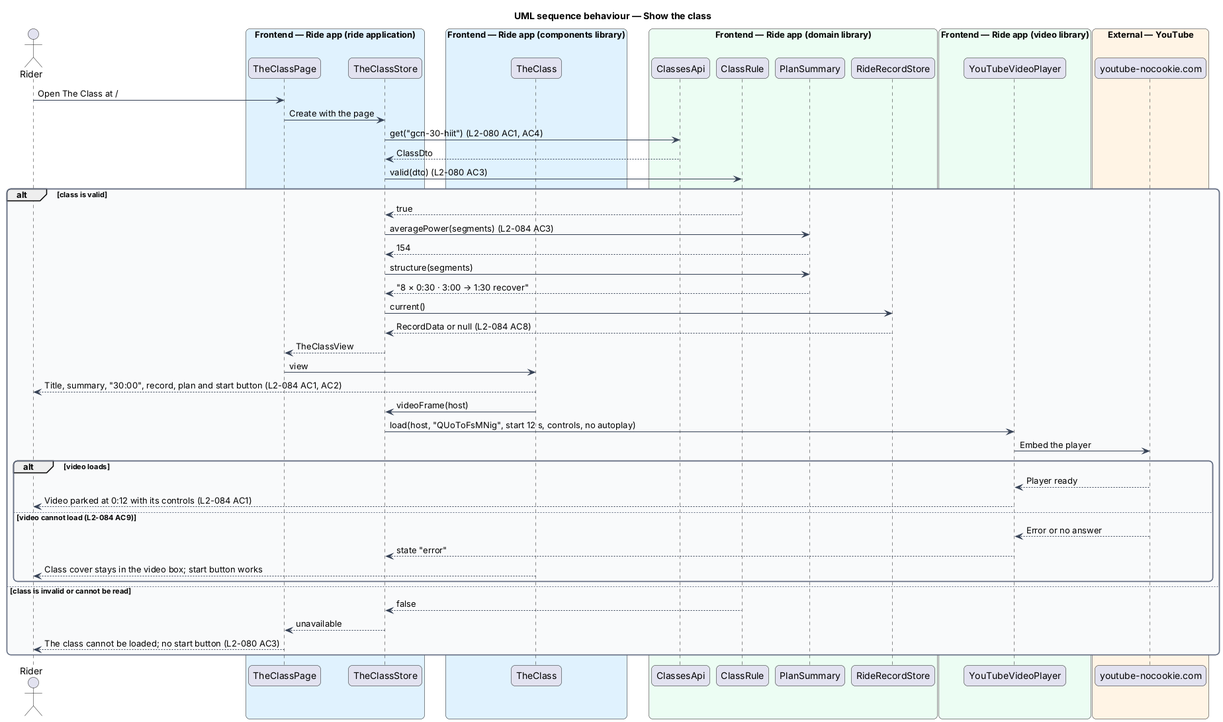
The PlantUML diagram docs/detailed-designs/the-class/show-the-class/diagrams/sequence-show-the-class.png in QuinntyneBrown/ride-one, before a commit.
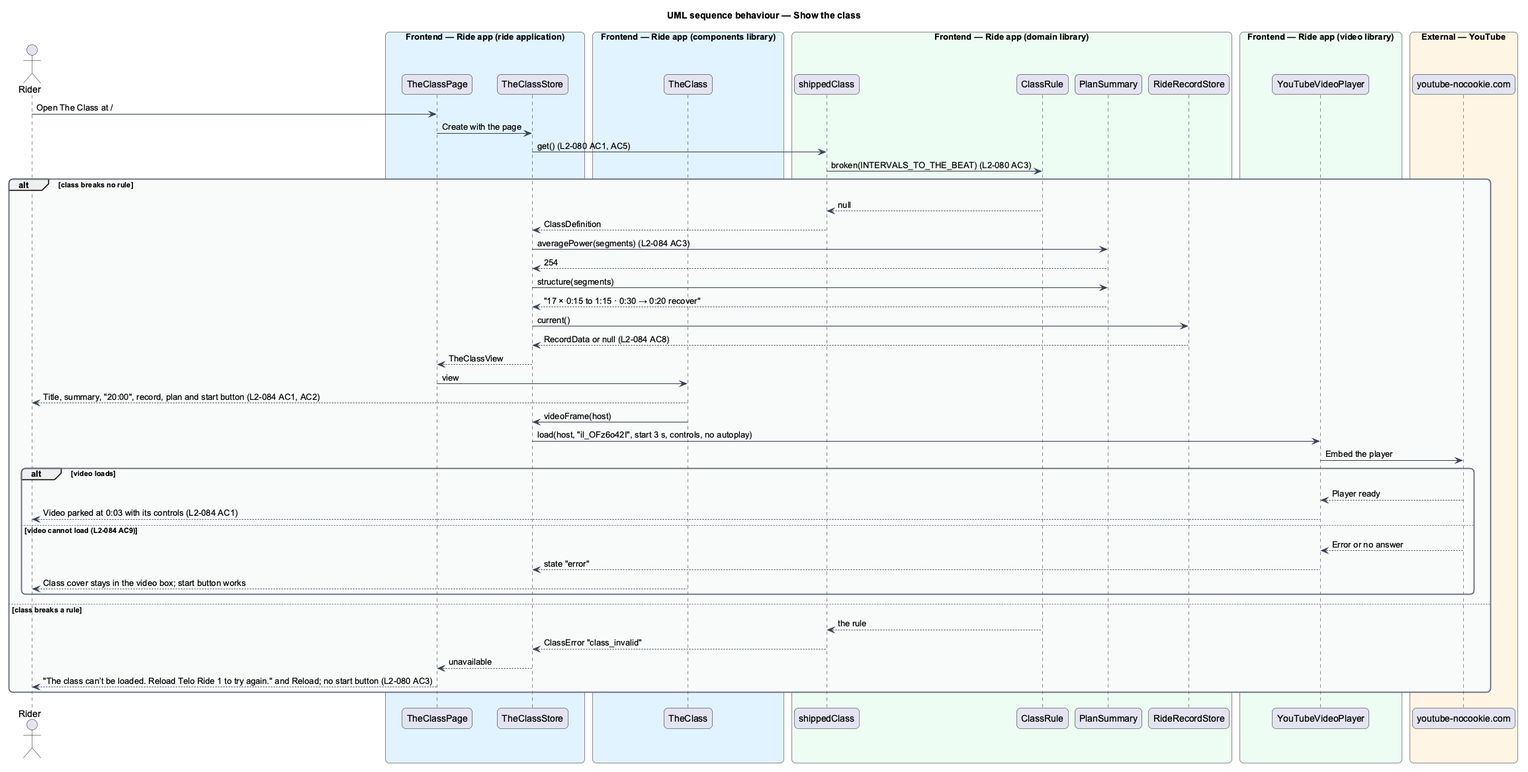
The same diagram one commit later.

Change to the diagram source:
```diff
@@ -23,7 +23,7 @@
   participant "TheClass" as block
 end box
 box "Frontend — Ride app (domain library)" #ECFDF3
-  participant "ClassesApi" as classes
+  participant "shippedClass" as classes
   participant "ClassRule" as rule
   participant "PlanSummary" as summary
   participant "RideRecordStore" as record
@@ -36,34 +36,35 @@
 end box
 rider -> page : Open The Class at /
 page -> store : Create with the page
-store -> classes : get("gcn-30-hiit") (L2-080 AC1, AC4)
-classes --> store : ClassDto
-store -> rule : valid(dto) (L2-080 AC3)
-alt class is valid
-  rule --> store : true
+store -> classes : get() (L2-080 AC1, AC5)
+classes -> rule : broken(INTERVALS_TO_THE_BEAT) (L2-080 AC3)
+alt class breaks no rule
+  rule --> classes : null
+  classes --> store : ClassDefinition
   store -> summary : averagePower(segments) (L2-084 AC3)
-  summary --> store : 154
+  summary --> store : 254
   store -> summary : structure(segments)
-  summary --> store : "8 × 0:30 · 3:00 → 1:30 recover"
+  summary --> store : "17 × 0:15 to 1:15 · 0:30 → 0:20 recover"
   store -> record : current()
   record --> store : RecordData or null (L2-084 AC8)
   store --> page : TheClassView
   page -> block : view
-  block --> rider : Title, summary, "30:00", record, plan and start button (L2-084 AC1, AC2)
+  block --> rider : Title, summary, "20:00", record, plan and start button (L2-084 AC1, AC2)
   block -> store : videoFrame(host)
-  store -> player : load(host, "QUoToFsMNig", start 12 s, controls, no autoplay)
+  store -> player : load(host, "il_OFz6o42I", start 3 s, controls, no autoplay)
   player -> youtube : Embed the player
   alt video loads
     youtube --> player : Player ready
-    player --> rider : Video parked at 0:12 with its controls (L2-084 AC1)
+    player --> rider : Video parked at 0:03 with its controls (L2-084 AC1)
   else video cannot load (L2-084 AC9)
     youtube --> player : Error or no answer
     player --> store : state "error"
     block --> rider : Class cover stays in the video box; start button works
   end
-else class is invalid or cannot be read
-  rule --> store : false
+else class breaks a rule
+  rule --> classes : the rule
+  classes --> store : ClassError "class_invalid"
   store --> page : unavailable
-  page --> rider : The class cannot be loaded; no start button (L2-080 AC3)
+  page --> rider : "The class can’t be loaded. Reload Telo Ride 1 to try again." and Reload; no start button (L2-080 AC3)
 end
 @enduml
```
